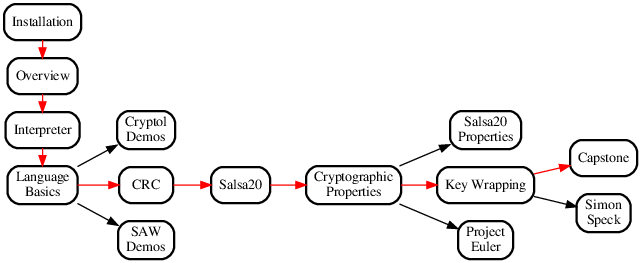
Earlier version of the Graphviz export misc/deps.png (weaversa/cryptol-course). Its source is kept beside it as misc/deps.gv.
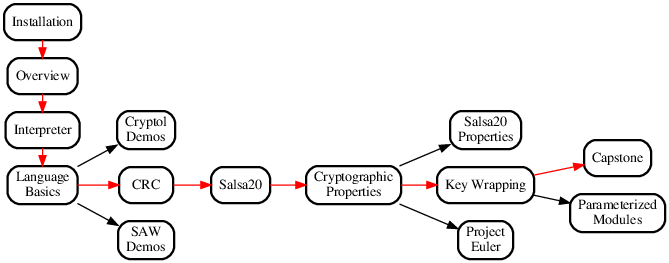
After the change.

Commit message:
SimonSpeck -> ParameterizedModules

The edit, as a diff of the source:
```diff
@@ -35,7 +35,7 @@
   ProjectEuler            [label="Project\nEuler"];
   CryptolDemos            [label="Cryptol\nDemos"];
   SAWDemos                [label="SAW\nDemos"];
-  SimonSpeck              [label="Simon\nSpeck"];
+  SimonSpeck              [label="Parameterized\nModules"];
 
   edge [color=red];
   Installation -> Overview;
```
